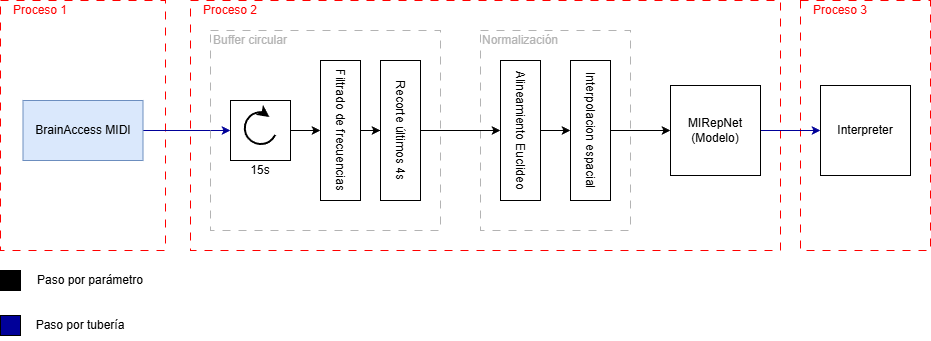
J0RGITO-SA3Z/TFG-BCI keeps this draw.io diagram as Memoria/plantilla_tfg_latex__1_/Imagenes/Bitmap/Pipeline_TR.png. Above is the earlier version. Source tidied: cells renumbered, new cells last; positions are measured from the earlier drawing's top-left corner, leaving out a move shared by most shapes.
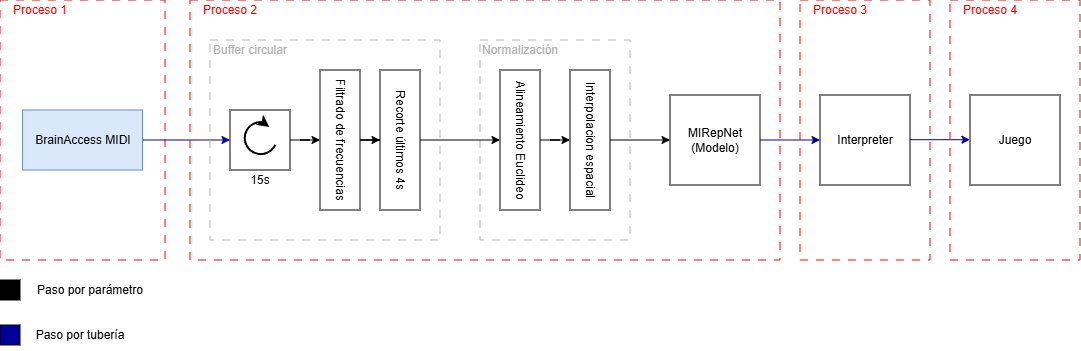
Later version of the same file.

The edit, as a diff of the source:
```diff
@@ -3,13 +3,13 @@
     <mxCell id="0" />
     <mxCell id="1" parent="0" />
     <mxCell id="2" style="rounded=0;whiteSpace=wrap;html=1;fillColor=none;dashed=1;dashPattern=8 8;strokeColor=#FF0000;" parent="1" vertex="1">
-      <mxGeometry x="800" width="130" height="250" as="geometry" />
+      <mxGeometry x="800" y="-10" width="130" height="260" as="geometry" />
     </mxCell>
     <mxCell id="3" style="rounded=0;whiteSpace=wrap;html=1;fillColor=none;dashed=1;dashPattern=8 8;strokeColor=#FF0000;" parent="1" vertex="1">
-      <mxGeometry width="165" height="250" as="geometry" />
+      <mxGeometry y="-10" width="165" height="260" as="geometry" />
     </mxCell>
     <mxCell id="4" style="rounded=0;whiteSpace=wrap;html=1;fillColor=none;dashed=1;dashPattern=8 8;strokeColor=#FF0000;" parent="1" vertex="1">
-      <mxGeometry x="190" width="590" height="250" as="geometry" />
+      <mxGeometry x="190" y="-10" width="590" height="260" as="geometry" />
     </mxCell>
     <mxCell id="5" style="rounded=0;whiteSpace=wrap;html=1;fillColor=none;dashed=1;dashPattern=8 8;strokeColor=#B3B3B3;" parent="1" vertex="1">
       <mxGeometry x="480" y="30" width="150" height="200" as="geometry" />
@@ -75,13 +75,13 @@
       <mxGeometry x="820" y="85" width="90" height="90" as="geometry" />
     </mxCell>
     <mxCell id="26" value="&lt;font style=&quot;&quot;&gt;Proceso 2&lt;/font&gt;" style="text;html=1;whiteSpace=wrap;strokeColor=none;fillColor=none;align=center;verticalAlign=middle;rounded=0;fontColor=#FF0000;" parent="1" vertex="1">
-      <mxGeometry x="190" width="80" height="20" as="geometry" />
+      <mxGeometry x="190" y="-10" width="80" height="20" as="geometry" />
     </mxCell>
     <mxCell id="27" value="&lt;font style=&quot;&quot;&gt;Proceso 3&lt;/font&gt;" style="text;html=1;whiteSpace=wrap;strokeColor=none;fillColor=none;align=center;verticalAlign=middle;rounded=0;fontColor=#FF0000;" parent="1" vertex="1">
-      <mxGeometry x="800" width="80" height="20" as="geometry" />
+      <mxGeometry x="800" y="-10" width="80" height="20" as="geometry" />
     </mxCell>
     <mxCell id="28" value="&lt;font style=&quot;&quot;&gt;Proceso 1&lt;/font&gt;" style="text;html=1;whiteSpace=wrap;strokeColor=none;fillColor=none;align=center;verticalAlign=middle;rounded=0;fontColor=#FF0000;" parent="1" vertex="1">
-      <mxGeometry width="80" height="20" as="geometry" />
+      <mxGeometry y="-10" width="80" height="20" as="geometry" />
     </mxCell>
     <mxCell id="29" style="whiteSpace=wrap;html=1;fillColor=#000000;" parent="1" vertex="1">
       <mxGeometry y="270" width="20" height="20" as="geometry" />
@@ -95,5 +95,20 @@
     <mxCell id="32" value="Paso por tubería" style="text;html=1;whiteSpace=wrap;strokeColor=none;fillColor=none;align=center;verticalAlign=middle;rounded=0;" parent="1" vertex="1">
       <mxGeometry x="30" y="310" width="100" height="30" as="geometry" />
     </mxCell>
+    <mxCell id="33" value="Juego" style="rounded=0;whiteSpace=wrap;html=1;rotation=0;" parent="1" vertex="1">
+      <mxGeometry x="970" y="85" width="90" height="90" as="geometry" />
+    </mxCell>
+    <mxCell id="34" style="edgeStyle=orthogonalEdgeStyle;rounded=0;orthogonalLoop=1;jettySize=auto;html=1;strokeColor=#000099;" parent="1" edge="1">
+      <mxGeometry relative="1" as="geometry">
+        <mxPoint x="910" y="129.7" as="sourcePoint" />
+        <mxPoint x="970" y="129.7" as="targetPoint" />
+      </mxGeometry>
+    </mxCell>
+    <mxCell id="35" style="rounded=0;whiteSpace=wrap;html=1;fillColor=none;dashed=1;dashPattern=8 8;strokeColor=#FF0000;" parent="1" vertex="1">
+      <mxGeometry x="950" y="-10" width="130" height="260" as="geometry" />
+    </mxCell>
+    <mxCell id="36" value="&lt;font style=&quot;&quot;&gt;Proceso 4&lt;/font&gt;" style="text;html=1;whiteSpace=wrap;strokeColor=none;fillColor=none;align=center;verticalAlign=middle;rounded=0;fontColor=#FF0000;" parent="1" vertex="1">
+      <mxGeometry x="950" y="-10" width="80" height="20" as="geometry" />
+    </mxCell>
   </root>
 </mxGraphModel>
```
